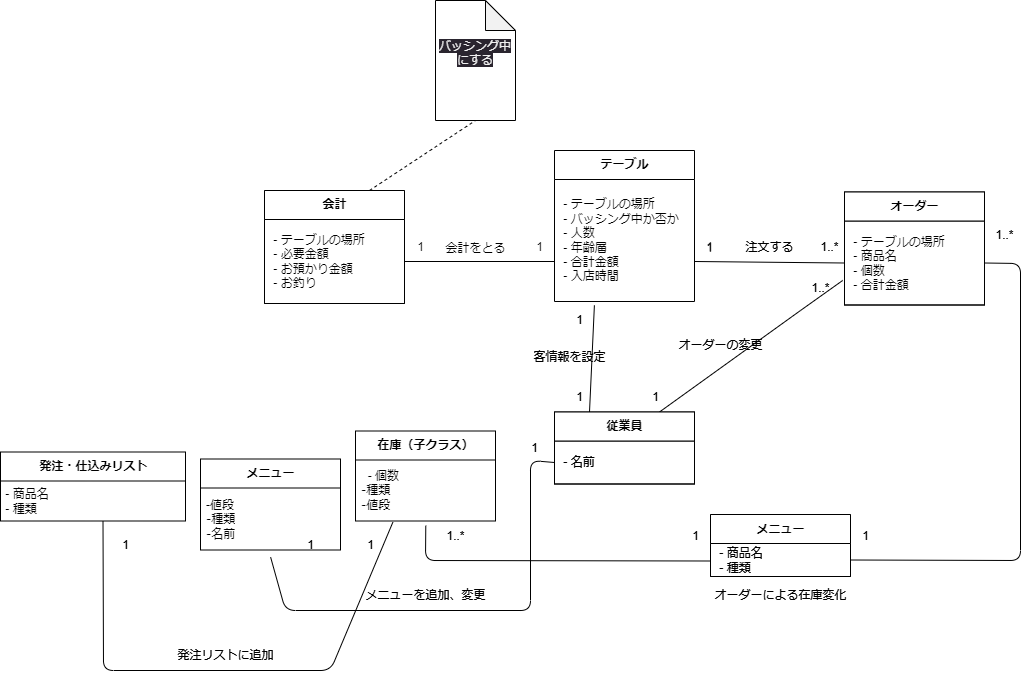
This is psp4/クラス図/クラス図_統合版.drawio.png from MasakiHiguchi/---, a draw.io export, as it was before one commit. Source tidied: cells renumbered, new cells last; positions are measured from the earlier drawing's top-left corner, leaving out a move shared by most shapes.
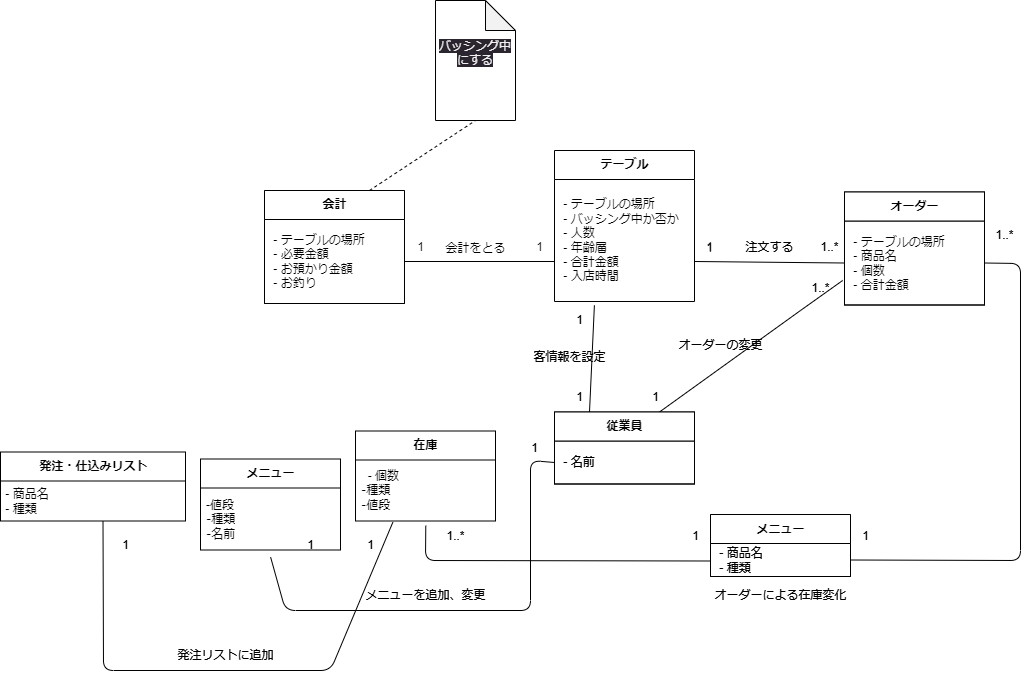
After the commit.

What changed in the source:
```diff
@@ -91,7 +91,7 @@
     <mxCell id="29" value="オーダーによる在庫変化" style="text;html=1;align=center;verticalAlign=middle;strokeColor=none;fillColor=none;" parent="1" vertex="1">
       <mxGeometry x="700" y="580" width="160" height="30" as="geometry" />
     </mxCell>
-    <mxCell id="30" value="在庫（子クラス）" style="swimlane;fontStyle=1;align=center;verticalAlign=middle;horizontal=1;startSize=29;html=1;" parent="1" vertex="1">
+    <mxCell id="30" value="在庫" style="swimlane;fontStyle=1;align=center;verticalAlign=middle;horizontal=1;startSize=29;html=1;" parent="1" vertex="1">
       <mxGeometry x="355" y="430.5" width="140" height="90" as="geometry" />
     </mxCell>
     <mxCell id="31" value="&amp;nbsp;&amp;nbsp;- 個数&lt;br&gt;‐種類&lt;br&gt;‐値段" style="text;html=1;strokeColor=none;fillColor=none;align=left;verticalAlign=middle;spacingLeft=4;spacingRight=4;overflow=hidden;points=[[0,0.5],[1,0.5]];portConstraint=eastwest;" parent="30" vertex="1">
```
